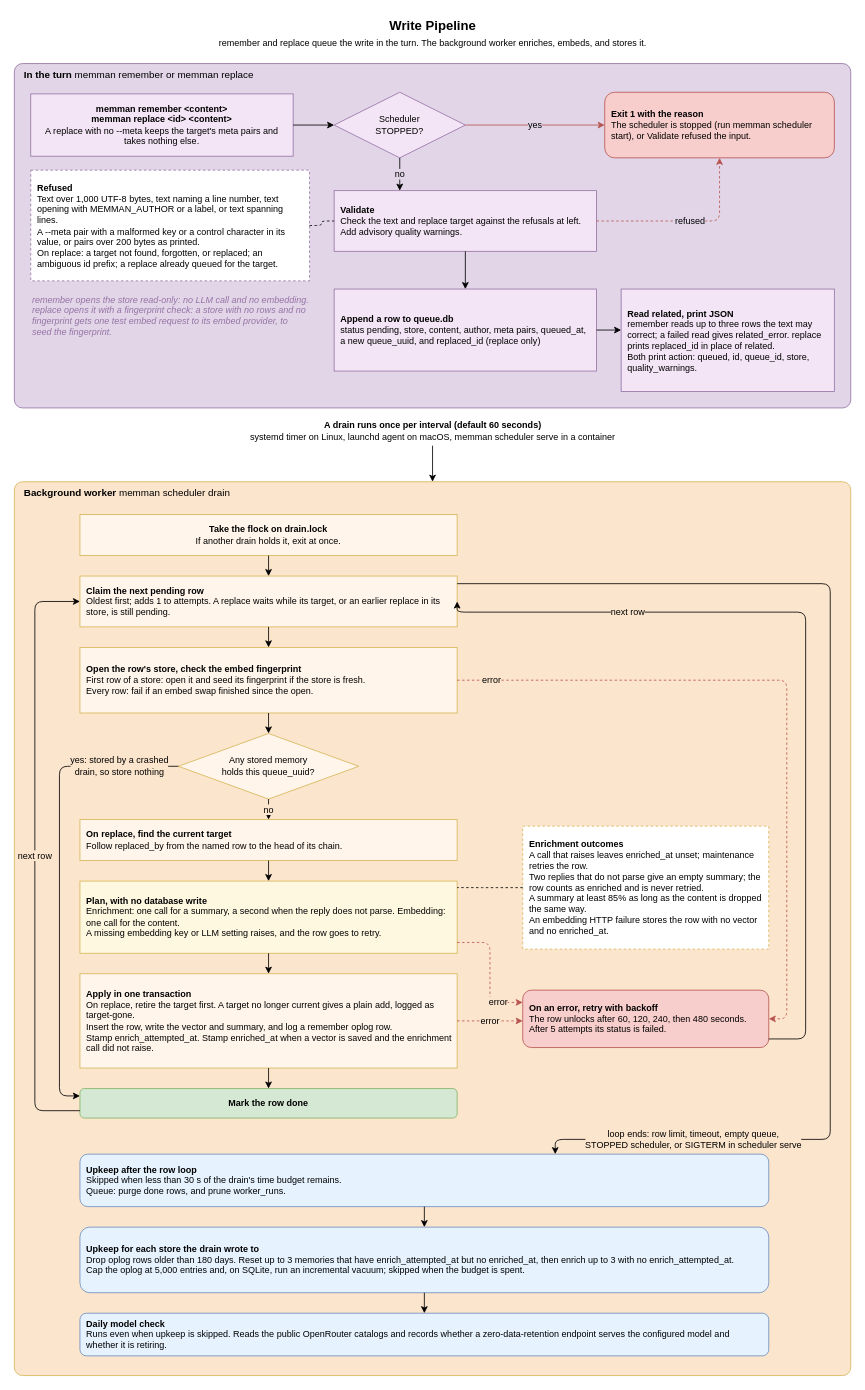
Earlier version of the draw.io diagram docs/diagrams/04-remember-pipeline.drawio (bissli/memman). Source tidied: cells renumbered, new cells numbered last; positions are measured from the earlier drawing's top-left corner, leaving out a move shared by most shapes. Both pictures are drawn from the tidied source at 82%, with x=0, y=0 at pixel (14, 14).
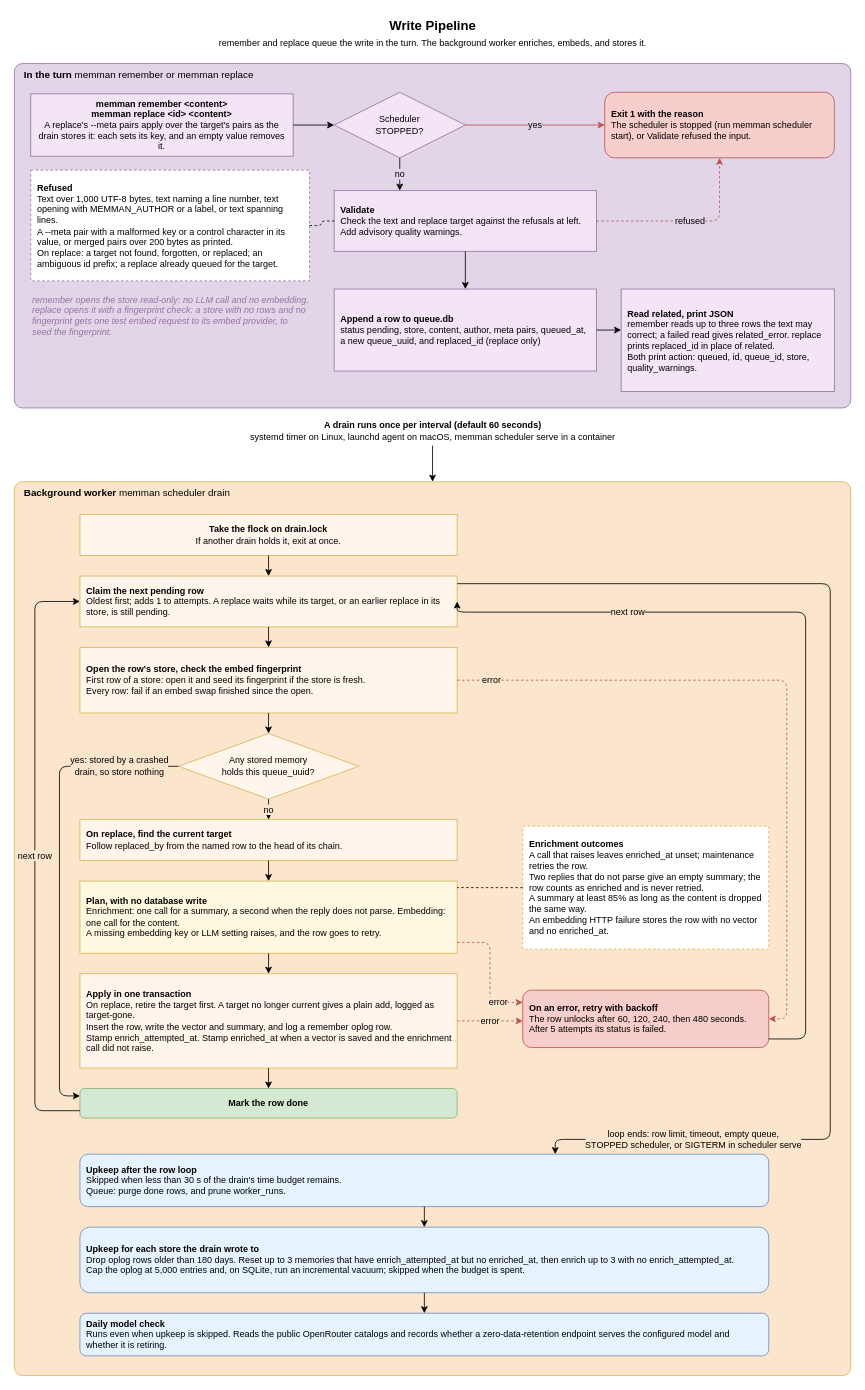
The same diagram, later.

Commit message (it also covers changes not shown here):
Merge --meta pairs per key in remember, replace and insights meta

Change to the diagram source:
```diff
@@
-    <mxCell id="4" value="&lt;b&gt;memman remember &amp;lt;content&amp;gt;&lt;br&gt;memman replace &amp;lt;id&amp;gt; &amp;lt;content&amp;gt;&lt;/b&gt;&lt;br&gt;A replace with no --meta keeps the target's meta pairs and takes nothing else." style="rounded=0;whiteSpace=wrap;html=1;fillColor=#F3E5F5;strokeColor=#9673a6;fontSize=11;align=center;spacingLeft=6;spacingRight=6;" parent="1" vertex="1">
+    <mxCell id="4" value="&lt;b&gt;memman remember &amp;lt;content&amp;gt;&lt;br&gt;memman replace &amp;lt;id&amp;gt; &amp;lt;content&amp;gt;&lt;/b&gt;&lt;br&gt;A replace's --meta pairs apply over the target's pairs as the drain stores it: each sets its key, and an empty value removes it." style="rounded=0;whiteSpace=wrap;html=1;fillColor=#F3E5F5;strokeColor=#9673a6;fontSize=11;align=center;spacingLeft=6;spacingRight=6;" parent="1" vertex="1">
       <mxGeometry x="20" y="97" width="320" height="76" as="geometry" />
     </mxCell>
@@
-    <mxCell id="8" value="&lt;b&gt;Refused&lt;/b&gt;&lt;br&gt;Text over 1,000 UTF-8 bytes, text naming a line number, text opening with MEMMAN_AUTHOR or a label, or text spanning lines.&lt;br&gt;A --meta pair with a malformed key or a control character in its value, or pairs over 200 bytes as printed.&lt;br&gt;On replace: a target not found, forgotten, or replaced; an ambiguous id prefix; a replace already queued for the target." style="rounded=0;whiteSpace=wrap;html=1;fillColor=#ffffff;strokeColor=#9673a6;fontSize=11;align=left;spacingLeft=6;spacingRight=6;dashed=1;" parent="1" vertex="1">
+    <mxCell id="8" value="&lt;b&gt;Refused&lt;/b&gt;&lt;br&gt;Text over 1,000 UTF-8 bytes, text naming a line number, text opening with MEMMAN_AUTHOR or a label, or text spanning lines.&lt;br&gt;A --meta pair with a malformed key or a control character in its value, or merged pairs over 200 bytes as printed.&lt;br&gt;On replace: a target not found, forgotten, or replaced; an ambiguous id prefix; a replace already queued for the target." style="rounded=0;whiteSpace=wrap;html=1;fillColor=#ffffff;strokeColor=#9673a6;fontSize=11;align=left;spacingLeft=6;spacingRight=6;dashed=1;" parent="1" vertex="1">
       <mxGeometry x="20" y="190" width="340" height="135" as="geometry" />
     </mxCell>
```
